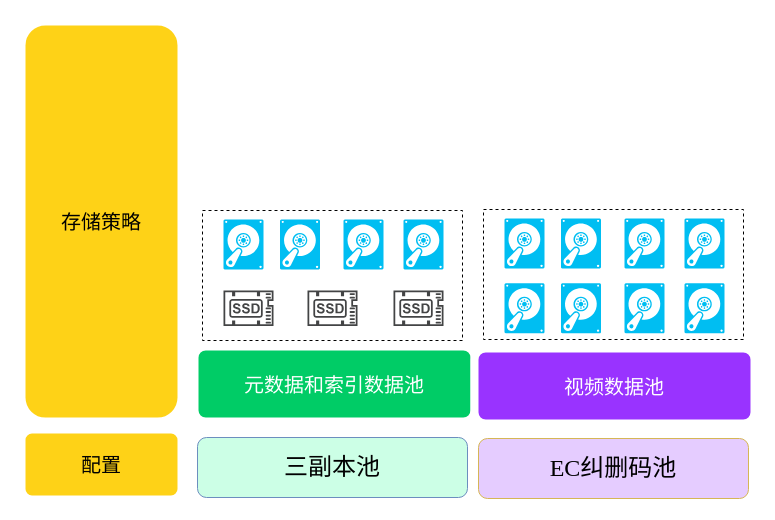
Earlier version of the draw.io diagram Storage_strategy.drawio (snowolfhawk/ceph-scripts). Source tidied: cells renumbered, new cells numbered last; positions are measured from the earlier drawing's top-left corner, leaving out a move shared by most shapes. Both pictures are drawn from the tidied source at 100%, with x=0, y=0 at pixel (21, 21).
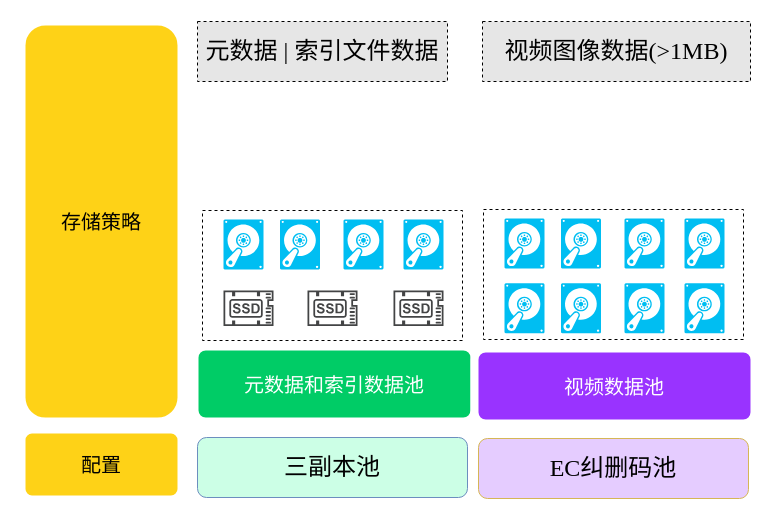
The same diagram, later.

Diff of the diagram source:
```diff
@@
+    <mxCell id="25" value="&lt;font color=&quot;#000000&quot;&gt;元数据 |&amp;nbsp;索引文件数据&lt;/font&gt;" style="rounded=0;whiteSpace=wrap;html=1;dashed=1;fontFamily=Times New Roman;fontSize=24;fontColor=#FFFFFF;fillColor=#E6E6E6;" parent="1" vertex="1">
+      <mxGeometry x="176" width="250" height="60" as="geometry" />
+    </mxCell>
+    <mxCell id="26" value="&lt;font color=&quot;#000000&quot;&gt;视频图像数据(&amp;gt;1MB)&lt;/font&gt;" style="rounded=0;whiteSpace=wrap;html=1;dashed=1;fontFamily=Times New Roman;fontSize=24;fontColor=#FFFFFF;fillColor=#E6E6E6;" parent="1" vertex="1">
+      <mxGeometry x="461" width="268" height="60" as="geometry" />
+    </mxCell>
```
